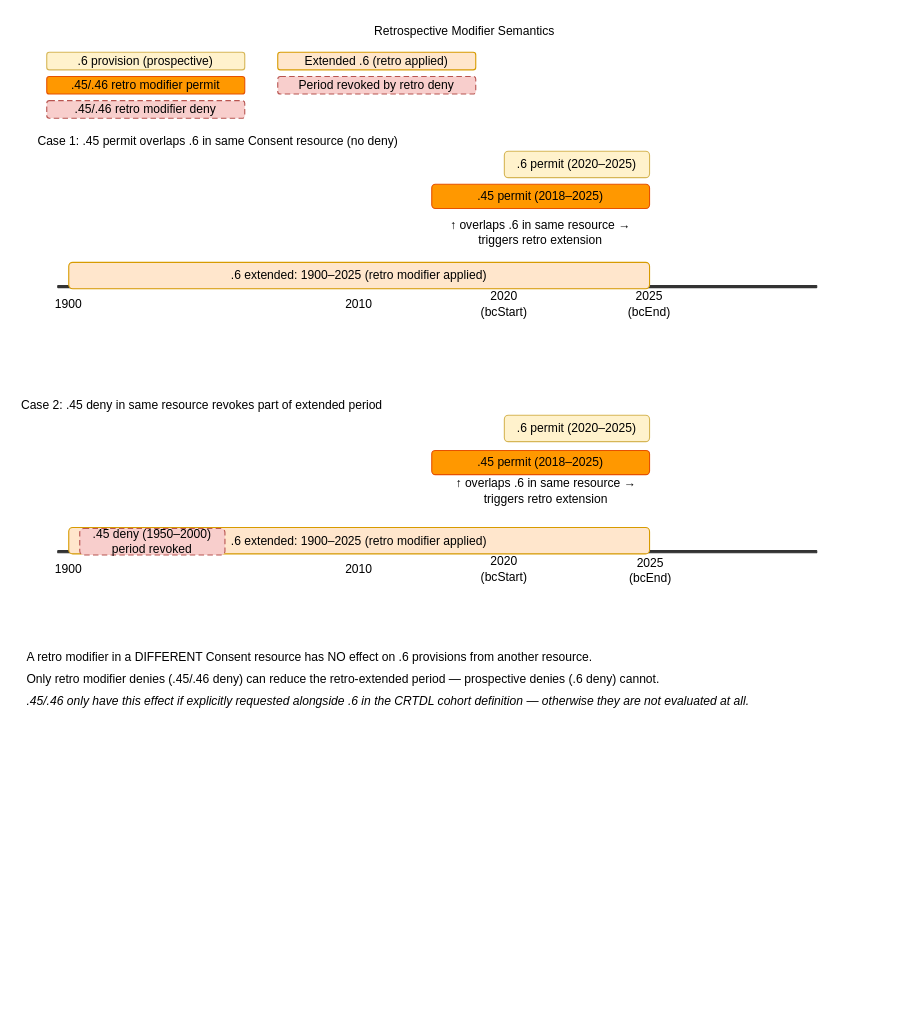
Before: docs/drawio/consent/consent_retro.drawio in medizininformatik-initiative/torch, a draw.io diagram. Source tidied: cells renumbered, new cells numbered last; positions are measured from the earlier drawing's top-left corner, leaving out a move shared by most shapes. Both pictures are drawn from the tidied source at 110%, with x=0, y=0 at pixel (19, 19).
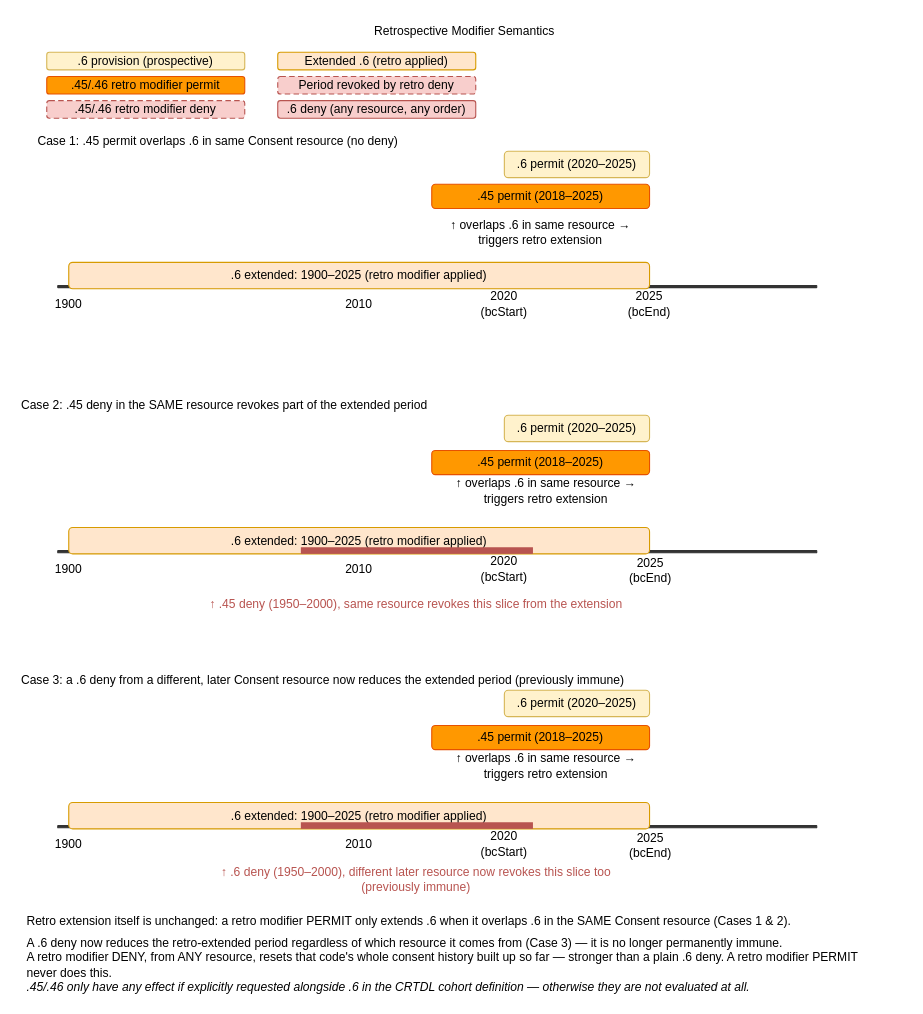
After the change.

Commit message (it also covers changes not shown here):
Reset .6 consent on .45/.46 deny and fix same-dateTime ordering

Diff of the diagram source:
```diff
@@
+    <mxCell id="32" value=".6 deny (any resource, any order)" style="rounded=1;whiteSpace=wrap;html=1;fillColor=#f8cecc;strokeColor=#b85450;fontSize=11;" parent="1" vertex="1">
+      <mxGeometry x="235" y="74" width="180" height="16" as="geometry" />
+    </mxCell>
@@
-    <mxCell id="18" value="Case 2: .45 deny in same resource revokes part of extended period" style="text;html=1;align=left;verticalAlign=middle;whiteSpace=wrap;rounded=0;fontSize=11;" parent="1" vertex="1">
+    <mxCell id="18" value="Case 2: .45 deny in the SAME resource revokes part of the extended period" style="text;html=1;align=left;verticalAlign=middle;whiteSpace=wrap;rounded=0;fontSize=11;" parent="1" vertex="1">
       <mxGeometry y="342" width="780" height="18" as="geometry" />
     </mxCell>
@@
-    <mxCell id="28" value=".45 deny (1950–2000)&amp;#xa;period revoked" style="rounded=1;whiteSpace=wrap;html=1;fillColor=#f8cecc;strokeColor=#b85450;fontSize=11;dashed=1;dashPattern=5 3;" parent="1" vertex="1">
-      <mxGeometry x="55" y="463" width="132" height="24" as="geometry" />
-    </mxCell>
+    <mxCell id="33" style="rounded=0;whiteSpace=wrap;html=1;fillColor=#b85450;strokeColor=none;" parent="1" vertex="1">
+      <mxGeometry x="256" y="480" width="211" height="6" as="geometry" />
+    </mxCell>
+    <mxCell id="34" value="↑ .45 deny (1950–2000), same resource&amp;#xa;revokes this slice from the extension" style="text;html=1;align=center;verticalAlign=middle;whiteSpace=wrap;rounded=0;fontSize=11;fontColor=#b85450;" parent="1" vertex="1">
+      <mxGeometry x="161" y="516" width="400" height="32" as="geometry" />
+    </mxCell>
+    <mxCell id="35" value="Case 3: a .6 deny from a different, later Consent resource now reduces the extended period (previously immune)" style="text;html=1;align=left;verticalAlign=middle;whiteSpace=wrap;rounded=0;fontSize=11;" parent="1" vertex="1">
+      <mxGeometry y="592" width="780" height="18" as="geometry" />
+    </mxCell>
+    <mxCell id="36" style="rounded=1;whiteSpace=wrap;html=1;fillColor=#333;strokeColor=#333;fontSize=11;" parent="1" vertex="1">
+      <mxGeometry x="35" y="733" width="690" height="2" as="geometry" />
+    </mxCell>
+    <mxCell id="37" value="1900" style="text;html=1;align=center;verticalAlign=middle;whiteSpace=wrap;rounded=0;fontSize=11;" parent="1" vertex="1">
+      <mxGeometry x="15" y="737" width="60" height="26" as="geometry" />
+    </mxCell>
+    <mxCell id="38" value="2010" style="text;html=1;align=center;verticalAlign=middle;whiteSpace=wrap;rounded=0;fontSize=11;" parent="1" vertex="1">
+      <mxGeometry x="279" y="737" width="60" height="26" as="geometry" />
+    </mxCell>
+    <mxCell id="39" value="2020&amp;#xa;(bcStart)" style="text;html=1;align=center;verticalAlign=middle;whiteSpace=wrap;rounded=0;fontSize=11;" parent="1" vertex="1">
+      <mxGeometry x="411" y="737" width="60" height="26" as="geometry" />
+    </mxCell>
+    <mxCell id="40" value="2025&amp;#xa;(bcEnd)" style="text;html=1;align=center;verticalAlign=middle;whiteSpace=wrap;rounded=0;fontSize=11;" parent="1" vertex="1">
+      <mxGeometry x="545" y="738" width="58" height="25" as="geometry" />
+    </mxCell>
+    <mxCell id="41" value=".6 permit&amp;#xa;(2020–2025)" style="rounded=1;whiteSpace=wrap;html=1;fillColor=#fff2cc;strokeColor=#d6b656;fontSize=11;" parent="1" vertex="1">
+      <mxGeometry x="441" y="610" width="132" height="24" as="geometry" />
+    </mxCell>
+    <mxCell id="42" value=".45 permit&amp;#xa;(2018–2025)" style="rounded=1;whiteSpace=wrap;html=1;fillColor=#ff9800;strokeColor=#e65100;fontSize=11;" parent="1" vertex="1">
+      <mxGeometry x="375" y="642" width="198" height="22" as="geometry" />
+    </mxCell>
+    <mxCell id="43" value="↑ overlaps .6 in same resource → triggers retro extension" style="text;html=1;align=center;verticalAlign=middle;whiteSpace=wrap;rounded=0;fontSize=11;" parent="1" vertex="1">
+      <mxGeometry x="380" y="670" width="198" height="18" as="geometry" />
+    </mxCell>
+    <mxCell id="44" value=".6 extended: 1900–2025&amp;#xa;(retro modifier applied)" style="rounded=1;whiteSpace=wrap;html=1;fillColor=#ffe6cc;strokeColor=#d79b00;fontSize=11;" parent="1" vertex="1">
+      <mxGeometry x="45" y="712" width="528" height="24" as="geometry" />
+    </mxCell>
+    <mxCell id="45" style="rounded=0;whiteSpace=wrap;html=1;fillColor=#b85450;strokeColor=none;" parent="1" vertex="1">
+      <mxGeometry x="256" y="730" width="211" height="6" as="geometry" />
+    </mxCell>
+    <mxCell id="46" value="↑ .6 deny (1950–2000), different later resource&amp;#xa;now revokes this slice too (previously immune)" style="text;html=1;align=center;verticalAlign=middle;whiteSpace=wrap;rounded=0;fontSize=11;fontColor=#b85450;" parent="1" vertex="1">
+      <mxGeometry x="161" y="766" width="400" height="32" as="geometry" />
+    </mxCell>
-    <mxCell id="29" value="A retro modifier in a DIFFERENT Consent resource has NO effect on .6 provisions from another resource." style="text;html=1;align=left;verticalAlign=middle;whiteSpace=wrap;rounded=0;fontSize=11;" parent="1" vertex="1">
-      <mxGeometry x="5" y="572" width="780" height="16" as="geometry" />
+    <mxCell id="29" value="Retro extension itself is unchanged: a retro modifier PERMIT only extends .6 when it overlaps .6 in the SAME Consent resource (Cases 1 &amp; 2)." style="text;html=1;align=left;verticalAlign=middle;whiteSpace=wrap;rounded=0;fontSize=11;" parent="1" vertex="1">
+      <mxGeometry x="5" y="812" width="780" height="16" as="geometry" />
     </mxCell>
-    <mxCell id="30" value="Only retro modifier denies (.45/.46 deny) can reduce the retro-extended period — prospective denies (.6 deny) cannot." style="text;html=1;align=left;verticalAlign=middle;whiteSpace=wrap;rounded=0;fontSize=11;" parent="1" vertex="1">
-      <mxGeometry x="5" y="592" width="780" height="16" as="geometry" />
+    <mxCell id="30" value="A .6 deny now reduces the retro-extended period regardless of which resource it comes from (Case 3) — it is no longer permanently immune." style="text;html=1;align=left;verticalAlign=middle;whiteSpace=wrap;rounded=0;fontSize=11;" parent="1" vertex="1">
+      <mxGeometry x="5" y="832" width="780" height="16" as="geometry" />
     </mxCell>
-    <mxCell id="31" value=".45/.46 only have this effect if explicitly requested alongside .6 in the CRTDL cohort definition — otherwise they are not evaluated at all." style="text;html=1;align=left;verticalAlign=middle;whiteSpace=wrap;rounded=0;fontSize=11;fontStyle=2;" parent="1" vertex="1">
-      <mxGeometry x="5" y="612" width="780" height="16" as="geometry" />
+    <mxCell id="31" value="A retro modifier DENY, from ANY resource, resets that code's whole consent history built up so far — stronger than a plain .6 deny. A retro modifier PERMIT never does this." style="text;html=1;align=left;verticalAlign=middle;whiteSpace=wrap;rounded=0;fontSize=11;" parent="1" vertex="1">
+      <mxGeometry x="5" y="852" width="780" height="16" as="geometry" />
     </mxCell>
+    <mxCell id="47" value=".45/.46 only have any effect if explicitly requested alongside .6 in the CRTDL cohort definition — otherwise they are not evaluated at all." style="text;html=1;align=left;verticalAlign=middle;whiteSpace=wrap;rounded=0;fontSize=11;fontStyle=2;" parent="1" vertex="1">
+      <mxGeometry x="5" y="872" width="780" height="16" as="geometry" />
+    </mxCell>
```
